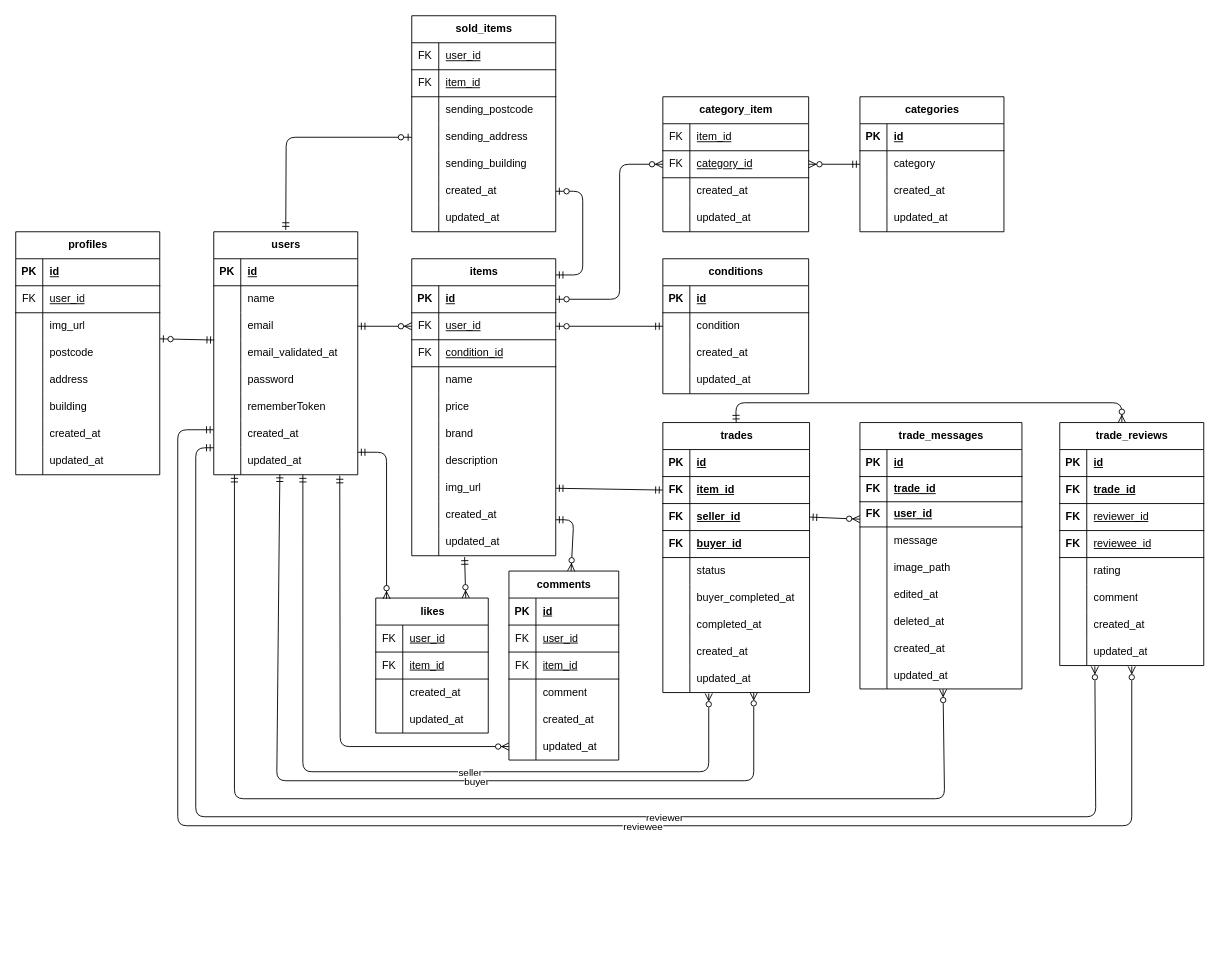
The draw.io diagram src/.drawio in bunta27/free-market-app, before the edit. Source tidied: cells renumbered, new cells numbered last; positions are measured from the earlier drawing's top-left corner, leaving out a move shared by most shapes. Both pictures are drawn from the tidied source at 90%, with x=0, y=0 at pixel (15, 15).
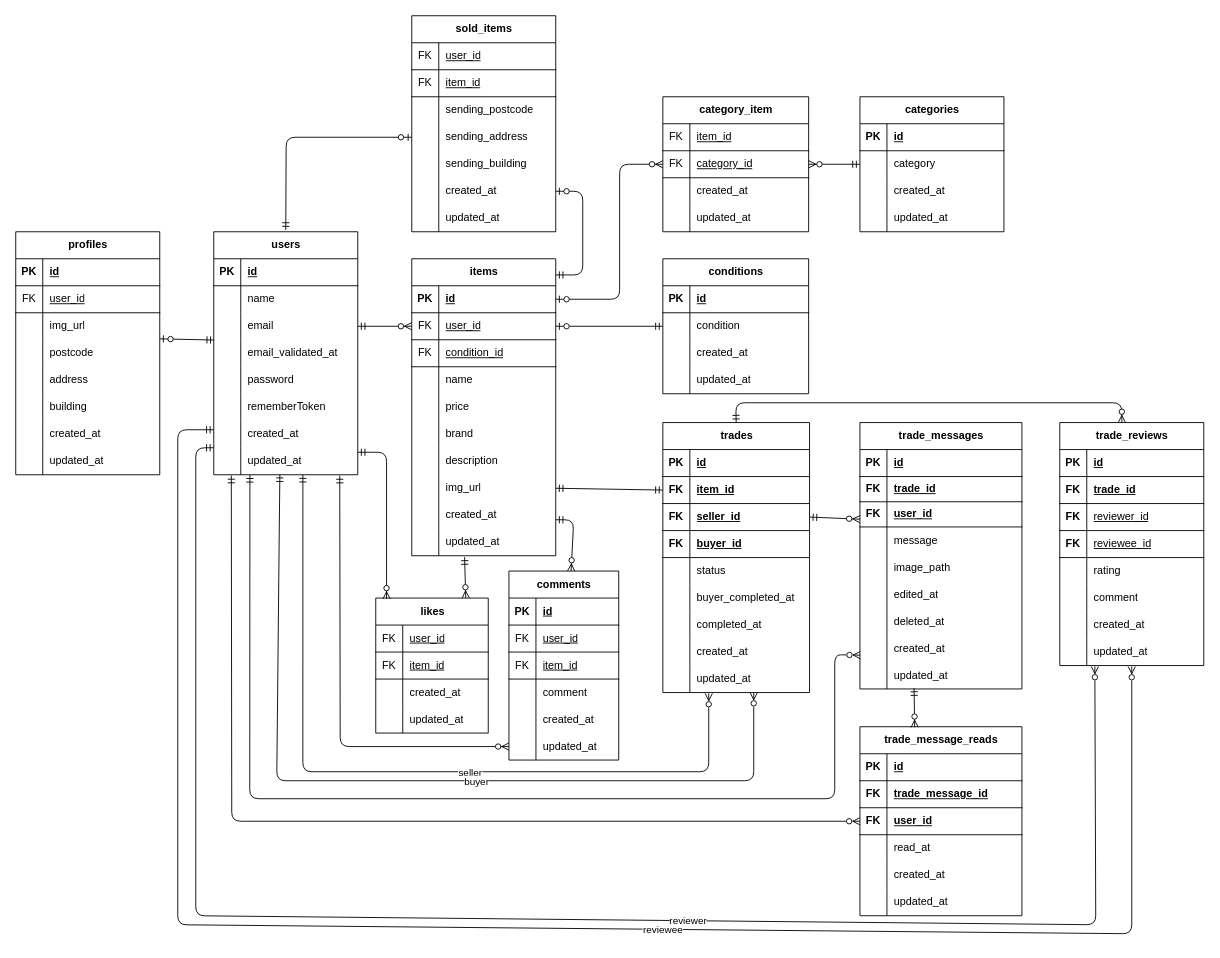
The same diagram, later.

Unchanged cells that the change refers to:
```xml
<mxCell id="24" style="shape=tableRow;horizontal=0;startSize=0;swimlaneHead=0;swimlaneBody=0;fillColor=none;points=[[0,0.5],[1,0.5]];portConstraint=eastwest;top=0;left=0;right=0;bottom=0;" parent="2" vertex="1">
  <mxGeometry y="240" width="160" height="30" as="geometry" />
</mxCell>
<mxCell id="237" style="shape=tableRow;horizontal=0;startSize=0;swimlaneHead=0;swimlaneBody=0;fillColor=none;points=[[0,0.5],[1,0.5]];portConstraint=eastwest;top=0;left=0;right=0;bottom=0;" parent="215" vertex="1">
  <mxGeometry y="236" width="180" height="30" as="geometry" />
</mxCell>
<mxCell id="240" style="shape=tableRow;horizontal=0;startSize=0;swimlaneHead=0;swimlaneBody=0;fillColor=none;points=[[0,0.5],[1,0.5]];portConstraint=eastwest;top=0;left=0;right=0;bottom=0;" parent="215" vertex="1">
  <mxGeometry y="266" width="180" height="30" as="geometry" />
</mxCell>
```

The edit, as a diff of the source:
```diff
@@
     <mxCell id="274" style="fontSize=12;html=1;endArrow=ERzeroToMany;startArrow=ERmandOne;exitX=0;exitY=0;exitDx=0;exitDy=0;exitPerimeter=0;endFill=0;" parent="1" edge="1" source="24">
       <mxGeometry relative="1" as="geometry">
         <mxPoint x="1199" y="723" as="targetPoint" />
         <Array as="points">
           <mxPoint x="200" y="480" />
-          <mxPoint x="200" y="890" />
-          <mxPoint x="1200" y="890" />
+          <mxPoint x="200" y="1000" />
+          <mxPoint x="1200" y="1010" />
         </Array>
       </mxGeometry>
     </mxCell>
@@
     <mxCell id="276" style="fontSize=12;html=1;endArrow=ERzeroToMany;startArrow=ERmandOne;endFill=0;" parent="1" edge="1">
       <mxGeometry relative="1" as="geometry">
         <mxPoint x="220" y="460" as="sourcePoint" />
         <mxPoint x="1240" y="723" as="targetPoint" />
         <Array as="points">
           <mxPoint x="180" y="460" />
-          <mxPoint x="180" y="900" />
-          <mxPoint x="1240" y="900" />
+          <mxPoint x="180" y="1010" />
+          <mxPoint x="1240" y="1020" />
         </Array>
       </mxGeometry>
     </mxCell>
@@
-    <mxCell id="278" style="fontSize=12;html=1;endArrow=ERzeroToMany;startArrow=ERmandOne;endFill=0;entryX=0.513;entryY=1.013;entryDx=0;entryDy=0;entryPerimeter=0;" parent="1" edge="1" target="240">
+    <mxCell id="278" style="fontSize=12;html=1;endArrow=ERzeroToMany;startArrow=ERmandOne;endFill=0;entryX=0.002;entryY=0.748;entryDx=0;entryDy=0;entryPerimeter=0;exitX=0.251;exitY=1.006;exitDx=0;exitDy=0;exitPerimeter=0;" parent="1" edge="1" source="24" target="237">
       <mxGeometry relative="1" as="geometry">
-        <mxPoint x="243" y="510" as="sourcePoint" />
         <Array as="points">
-          <mxPoint x="243" y="870" />
-          <mxPoint x="1032" y="870" />
+          <mxPoint x="260" y="870" />
+          <mxPoint x="910" y="870" />
+          <mxPoint x="910" y="710" />
         </Array>
       </mxGeometry>
     </mxCell>
@@
+    <mxCell id="280" value="trade_message_reads" style="shape=table;startSize=30;childLayout=tableLayout;rowLines=0;fontStyle=1;align=center;html=1;" parent="1" vertex="1">
+      <mxGeometry x="938" y="790" width="180" height="210" as="geometry" />
+    </mxCell>
+    <mxCell id="281" style="shape=tableRow;horizontal=0;startSize=0;swimlaneHead=0;swimlaneBody=0;fillColor=none;top=0;left=0;right=0;bottom=1;" parent="280" vertex="1">
+      <mxGeometry y="30" width="180" height="30" as="geometry" />
+    </mxCell>
+    <mxCell id="282" value="PK" style="shape=partialRectangle;fillColor=none;top=0;left=0;bottom=0;right=0;fontStyle=1;overflow=hidden;whiteSpace=wrap;html=1;" parent="281" vertex="1">
+      <mxGeometry width="30" height="30" as="geometry" />
+    </mxCell>
+    <mxCell id="283" value="id" style="shape=partialRectangle;fillColor=none;top=0;left=0;bottom=0;right=0;align=left;spacingLeft=6;fontStyle=5;overflow=hidden;whiteSpace=wrap;html=1;" parent="281" vertex="1">
+      <mxGeometry x="30" width="150" height="30" as="geometry" />
+    </mxCell>
+    <mxCell id="284" style="shape=tableRow;horizontal=0;startSize=0;swimlaneHead=0;swimlaneBody=0;fillColor=none;top=0;left=0;right=0;bottom=1;" parent="280" vertex="1">
+      <mxGeometry y="60" width="180" height="30" as="geometry" />
+    </mxCell>
+    <mxCell id="285" value="FK" style="shape=partialRectangle;fillColor=none;top=0;left=0;bottom=0;right=0;fontStyle=1;overflow=hidden;whiteSpace=wrap;html=1;" parent="284" vertex="1">
+      <mxGeometry width="30" height="30" as="geometry" />
+    </mxCell>
+    <mxCell id="286" value="trade_message_id" style="shape=partialRectangle;fillColor=none;top=0;left=0;bottom=0;right=0;align=left;spacingLeft=6;fontStyle=5;overflow=hidden;whiteSpace=wrap;html=1;" parent="284" vertex="1">
+      <mxGeometry x="30" width="150" height="30" as="geometry" />
+    </mxCell>
+    <mxCell id="287" style="shape=tableRow;horizontal=0;startSize=0;swimlaneHead=0;swimlaneBody=0;fillColor=none;top=0;left=0;right=0;bottom=1;" parent="280" vertex="1">
+      <mxGeometry y="90" width="180" height="30" as="geometry" />
+    </mxCell>
+    <mxCell id="288" value="FK" style="shape=partialRectangle;fillColor=none;top=0;left=0;bottom=0;right=0;fontStyle=1;overflow=hidden;whiteSpace=wrap;html=1;" parent="287" vertex="1">
+      <mxGeometry width="30" height="30" as="geometry" />
+    </mxCell>
+    <mxCell id="289" value="user_id" style="shape=partialRectangle;fillColor=none;top=0;left=0;bottom=0;right=0;align=left;spacingLeft=6;fontStyle=5;overflow=hidden;whiteSpace=wrap;html=1;" parent="287" vertex="1">
+      <mxGeometry x="30" width="150" height="30" as="geometry" />
+    </mxCell>
+    <mxCell id="290" style="shape=tableRow;horizontal=0;startSize=0;swimlaneHead=0;swimlaneBody=0;fillColor=none;top=0;left=0;right=0;bottom=0;" parent="280" vertex="1">
+      <mxGeometry y="120" width="180" height="30" as="geometry" />
+    </mxCell>
+    <mxCell id="291" style="shape=partialRectangle;fillColor=none;top=0;left=0;bottom=0;right=0;overflow=hidden;whiteSpace=wrap;html=1;" parent="290" vertex="1">
+      <mxGeometry width="30" height="30" as="geometry" />
+    </mxCell>
+    <mxCell id="292" value="read_at" style="shape=partialRectangle;fillColor=none;top=0;left=0;bottom=0;right=0;align=left;spacingLeft=6;overflow=hidden;whiteSpace=wrap;html=1;" parent="290" vertex="1">
+      <mxGeometry x="30" width="150" height="30" as="geometry" />
+    </mxCell>
+    <mxCell id="293" style="shape=tableRow;horizontal=0;startSize=0;swimlaneHead=0;swimlaneBody=0;fillColor=none;top=0;left=0;right=0;bottom=0;" parent="280" vertex="1">
+      <mxGeometry y="150" width="180" height="30" as="geometry" />
+    </mxCell>
+    <mxCell id="294" style="shape=partialRectangle;fillColor=none;top=0;left=0;bottom=0;right=0;overflow=hidden;whiteSpace=wrap;html=1;" parent="293" vertex="1">
+      <mxGeometry width="30" height="30" as="geometry" />
+    </mxCell>
+    <mxCell id="295" value="created_at" style="shape=partialRectangle;fillColor=none;top=0;left=0;bottom=0;right=0;align=left;spacingLeft=6;overflow=hidden;whiteSpace=wrap;html=1;" parent="293" vertex="1">
+      <mxGeometry x="30" width="150" height="30" as="geometry" />
+    </mxCell>
+    <mxCell id="296" style="shape=tableRow;horizontal=0;startSize=0;swimlaneHead=0;swimlaneBody=0;fillColor=none;top=0;left=0;right=0;bottom=0;" parent="280" vertex="1">
+      <mxGeometry y="180" width="180" height="30" as="geometry" />
+    </mxCell>
+    <mxCell id="297" style="shape=partialRectangle;fillColor=none;top=0;left=0;bottom=0;right=0;overflow=hidden;whiteSpace=wrap;html=1;" parent="296" vertex="1">
+      <mxGeometry width="30" height="30" as="geometry" />
+    </mxCell>
+    <mxCell id="298" value="updated_at" style="shape=partialRectangle;fillColor=none;top=0;left=0;bottom=0;right=0;align=left;spacingLeft=6;overflow=hidden;whiteSpace=wrap;html=1;" parent="296" vertex="1">
+      <mxGeometry x="30" width="150" height="30" as="geometry" />
+    </mxCell>
+    <mxCell id="299" style="fontSize=12;html=1;endArrow=ERzeroToMany;startArrow=ERmandOne;endFill=0;entryX=0;entryY=0.5;entryDx=0;entryDy=0;exitX=0.122;exitY=1.032;exitDx=0;exitDy=0;exitPerimeter=0;" parent="1" edge="1" source="24" target="280">
+      <mxGeometry relative="1" as="geometry">
+        <Array as="points">
+          <mxPoint x="240" y="895" />
+        </Array>
+      </mxGeometry>
+    </mxCell>
+    <mxCell id="300" style="fontSize=12;html=1;endArrow=ERzeroToMany;startArrow=ERmandOne;entryX=0.338;entryY=0.003;entryDx=0;entryDy=0;entryPerimeter=0;exitX=0.334;exitY=0.971;exitDx=0;exitDy=0;exitPerimeter=0;" parent="1" edge="1" source="240" target="280">
+      <mxGeometry relative="1" as="geometry" />
+    </mxCell>
```
